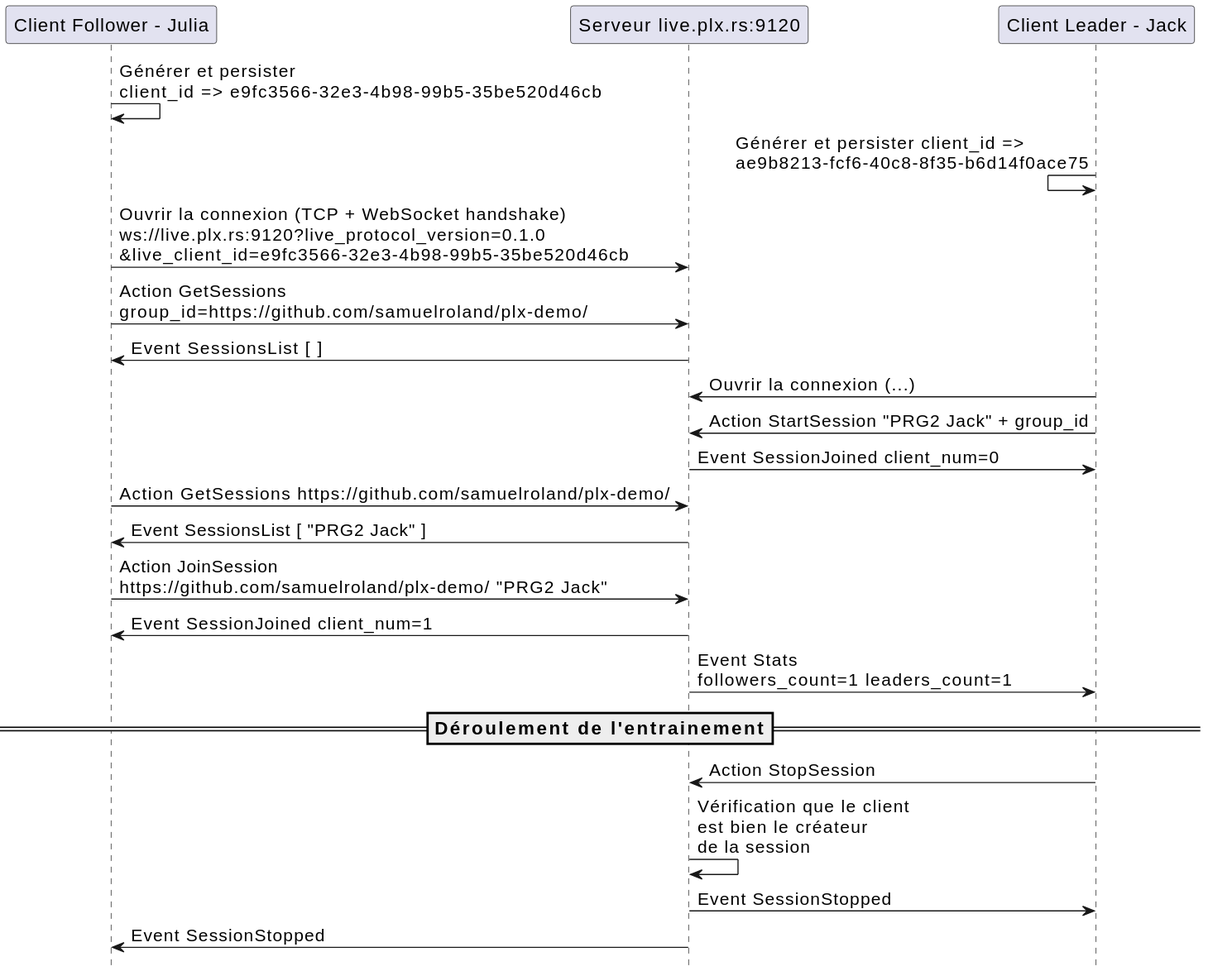
samuelroland/tb-docs keeps this PlantUML diagram as report/protocol/diagrams/session.svg. Above is the earlier version.
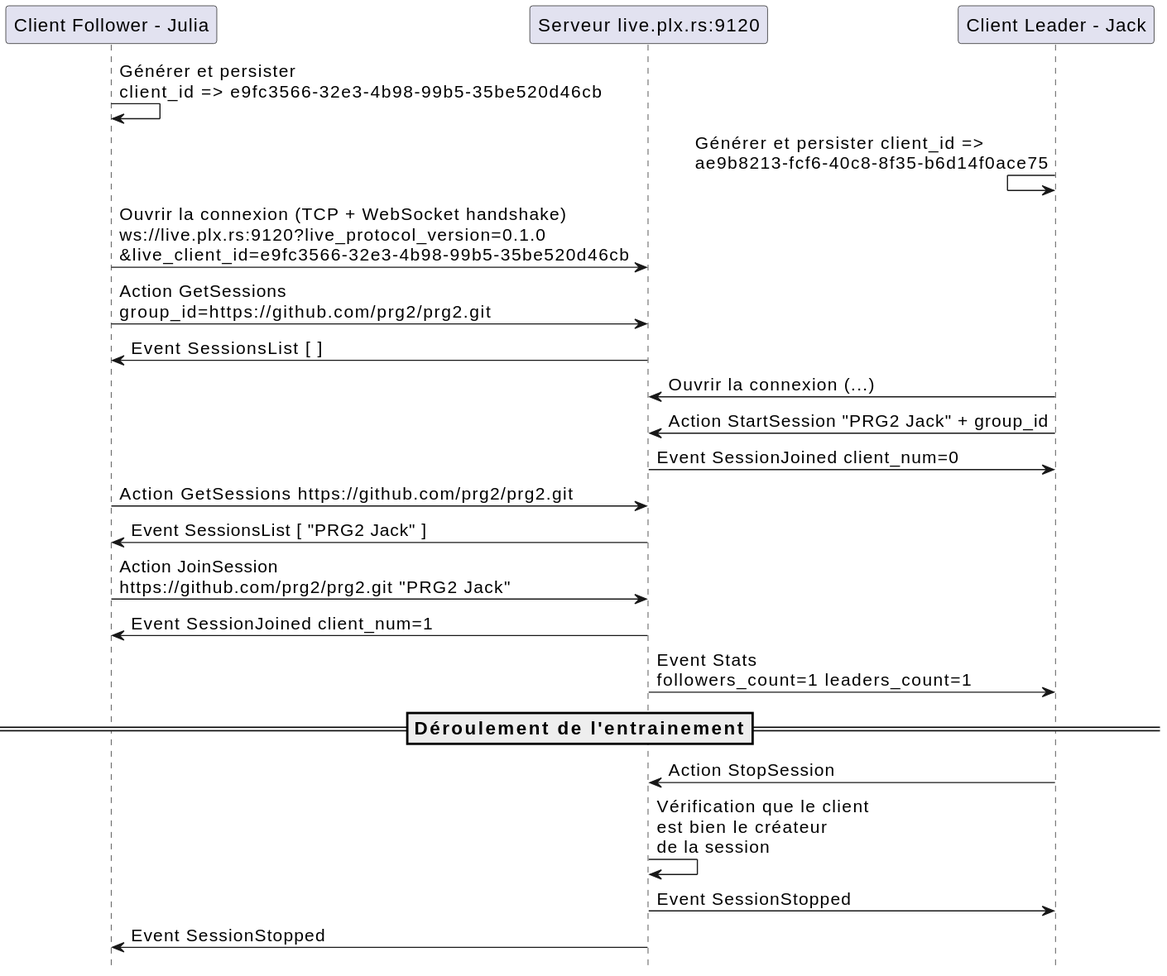
After the change.

The edit, as a diff of the source:
```diff
@@ -11,16 +11,16 @@
 leader <- leader: Générer et persister client_id =>\nae9b8213-fcf6-40c8-8f35-b6d14f0ace75
 
 follower -> server: Ouvrir la connexion (TCP + WebSocket handshake)\nws://live.plx.rs:9120?live_protocol_version=0.1.0\n&live_client_id=e9fc3566-32e3-4b98-99b5-35be520d46cb
-follower -> server: Action GetSessions\ngroup_id=https://github.com/samuelroland/plx-demo/
+follower -> server: Action GetSessions\ngroup_id=https://github.com/prg2/prg2.git
 server -> follower: Event SessionsList [  ]
 
 leader -> server: Ouvrir la connexion (...)
 leader -> server: Action StartSession "PRG2 Jack" + group_id
 server -> leader: Event SessionJoined client_num=0
 
-follower -> server: Action GetSessions https://github.com/samuelroland/plx-demo/
+follower -> server: Action GetSessions https://github.com/prg2/prg2.git
 server -> follower: Event SessionsList [ "PRG2 Jack" ]
-follower -> server: Action JoinSession\nhttps://github.com/samuelroland/plx-demo/ "PRG2 Jack"
+follower -> server: Action JoinSession\nhttps://github.com/prg2/prg2.git "PRG2 Jack"
 server -> follower: Event SessionJoined client_num=1
 server -> leader: Event Stats\nfollowers_count=1 leaders_count=1
 
```
